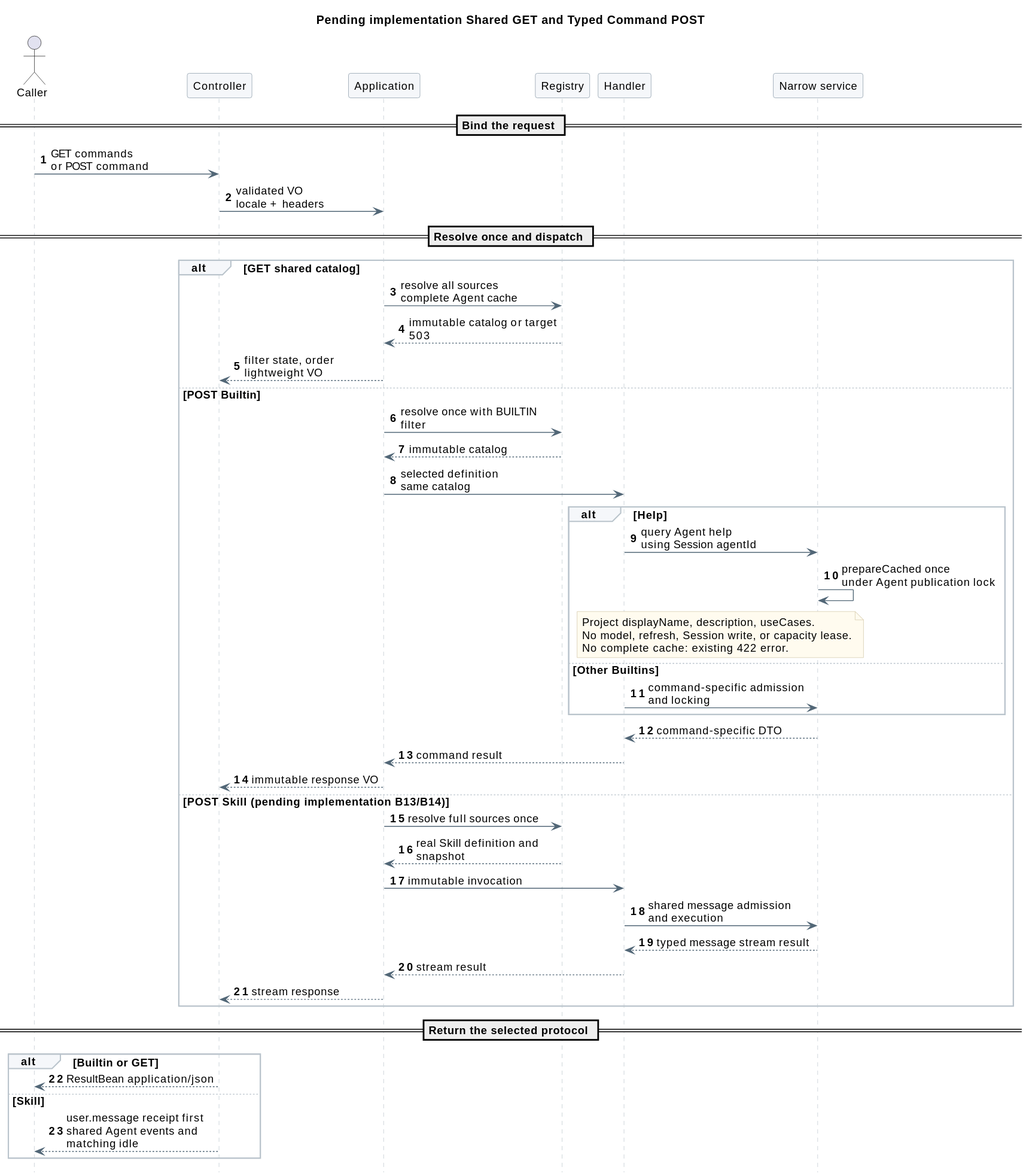
Earlier version of the PlantUML export 01-总体架构/01-CampusClaw多Agent运行时/设计图/Command/command_http_flow.svg (ssm0808/pi-mono-java-design).
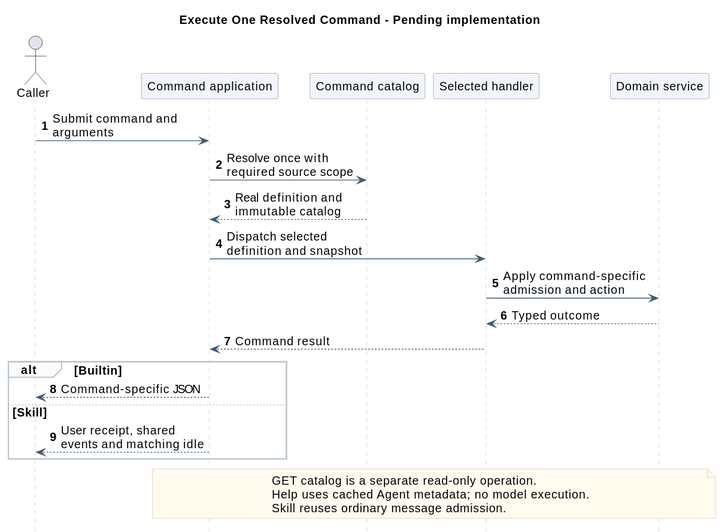
The same file after the commit.

The edit, as a diff of the source:
```diff
@@ -1,66 +1,42 @@
 @startuml
 skinparam backgroundColor white
 skinparam defaultFontName SansSerif
-skinparam defaultFontSize 13
+skinparam defaultFontSize 14
 skinparam shadowing false
 skinparam sequenceMessageAlign left
-skinparam maxMessageSize 190
-skinparam sequenceArrowColor #526777
+skinparam maxMessageSize 180
+skinparam sequenceArrowColor #425B70
 skinparam sequenceLifeLineBorderColor #BAC4CC
-skinparam sequenceParticipantBackgroundColor #F5F7FA
+skinparam sequenceParticipantBackgroundColor #F1F5F9
 skinparam sequenceParticipantBorderColor #8496A4
-skinparam sequenceGroupBackgroundColor #F5F7FA
+skinparam sequenceGroupBackgroundColor #FAFBFC
 skinparam sequenceGroupBorderColor #BAC4CC
 skinparam noteBackgroundColor #FFFBEF
 skinparam noteBorderColor #D2C6A5
 hide footbox
 autonumber
-title Pending implementation Shared GET and Typed Command POST
+
+title Execute One Resolved Command - Pending implementation
 actor Caller
-participant Controller
-participant Application
-participant Registry
-participant Handler
-participant "Narrow service" as Service
-== Bind the request ==
-Caller -> Controller : GET commands\nor POST command
-Controller -> Application : validated VO\nlocale + headers
-== Resolve once and dispatch ==
-alt GET shared catalog
-  Application -> Registry : resolve all sources\ncomplete Agent cache
-  Registry --> Application : immutable catalog or target 503
-  Application --> Controller : filter state, order\nlightweight VO
-else POST Builtin
-  Application -> Registry : resolve once with BUILTIN filter
-  Registry --> Application : immutable catalog
-  Application -> Handler : selected definition\nsame catalog
-  alt Help
-    Handler -> Service : query Agent help\nusing Session agentId
-    Service -> Service : prepareCached once\nunder Agent publication lock
-    note over Handler, Service
-      Project displayName, description, useCases.
-      No model, refresh, Session write, or capacity lease.
-      No complete cache: existing 422 error.
-    end note
-  else Other Builtins
-    Handler -> Service : command-specific admission\nand locking
-  end
-  Service --> Handler : command-specific DTO
-  Handler --> Application : command result
-  Application --> Controller : immutable response VO
-else POST Skill (pending implementation B13/B14)
-  Application -> Registry : resolve full sources once
-  Registry --> Application : real Skill definition and snapshot
-  Application -> Handler : immutable invocation
-  Handler -> Service : shared message admission and execution
-  Service --> Handler : typed message stream result
-  Handler --> Application : stream result
-  Application --> Controller : stream response
+participant "Command application" as App
+participant "Command catalog" as Catalog
+participant "Selected handler" as Handler
+participant "Domain service" as Service
+Caller -> App : Submit command and arguments
+App -> Catalog : Resolve once with required source scope
+Catalog --> App : Real definition and immutable catalog
+App -> Handler : Dispatch selected definition and snapshot
+Handler -> Service : Apply command-specific admission and action
+Service --> Handler : Typed outcome
+Handler --> App : Command result
+alt Builtin
+  App --> Caller : Command-specific JSON
+else Skill
+  App --> Caller : User receipt, shared events and matching idle
 end
-== Return the selected protocol ==
-alt Builtin or GET
-  Controller --> Caller : ResultBean application/json
-else Skill
-  Controller --> Caller : user.message receipt first\nshared Agent events and matching idle
-end
+note over App,Service
+  GET catalog is a separate read-only operation.
+  Help uses cached Agent metadata; no model execution.
+  Skill reuses ordinary message admission.
+end note
 @enduml
```
